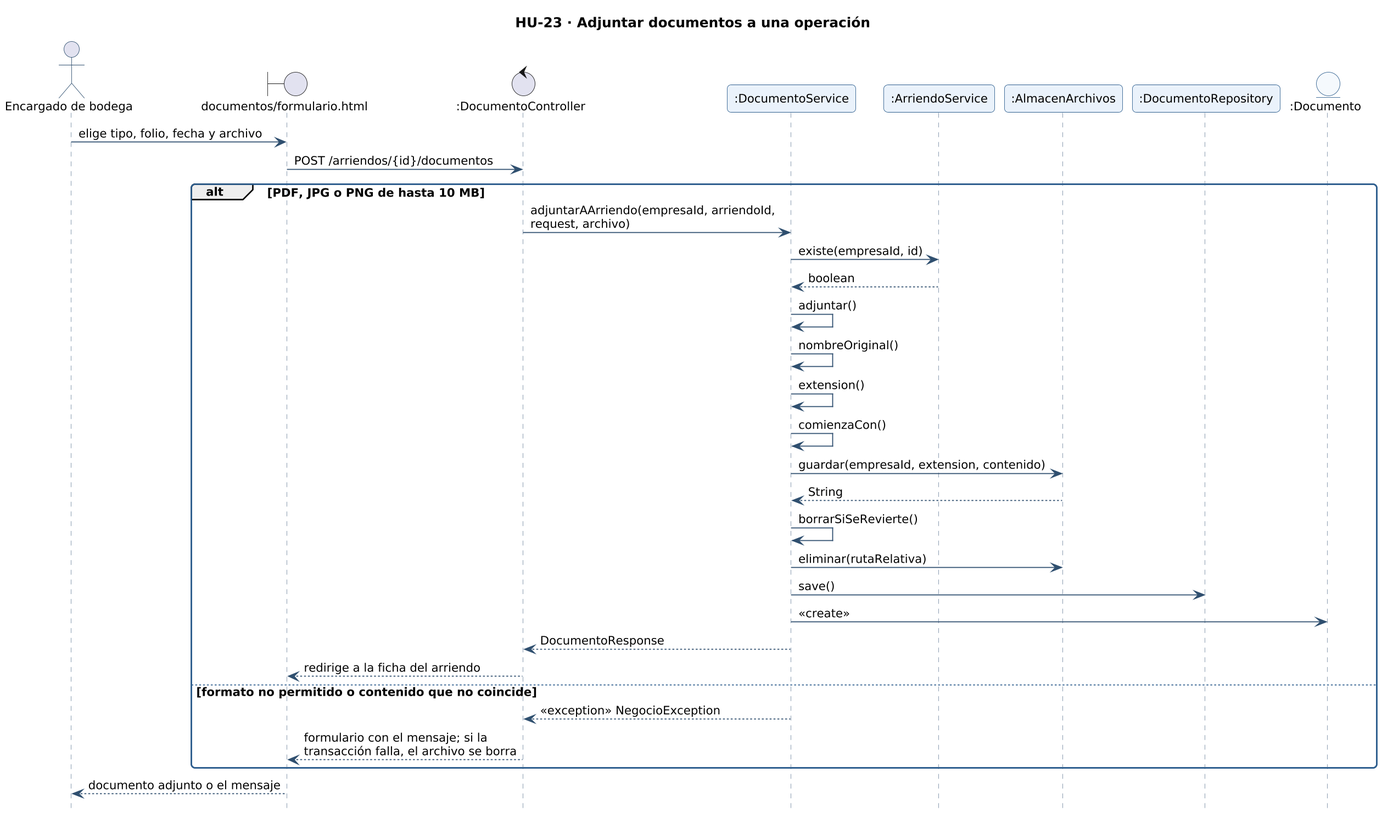
Before: docs/diagramas/secuencia-hu-23.png, a diagram exported from PlantUML (gonzaloarenasduoc/Mira). Source of this version:
```plantuml
@startuml secuencia-hu-23
!include _estilo.iuml
hide footbox
skinparam maxMessageSize 260
skinparam sequenceMessageAlign left
title HU-23 · Adjuntar documentos a una operación
actor "Encargado de bodega" as A
boundary "documentos/formulario.html" as L_VISTA_documentos_formulario
control ":DocumentoController" as L_DocumentoController
participant ":DocumentoService" as L_DocumentoService
participant ":ArriendoService" as L_ArriendoService
participant ":AlmacenArchivos" as L_AlmacenArchivos
participant ":DocumentoRepository" as L_DocumentoRepository
entity ":Documento" as L_Documento
A -> L_VISTA_documentos_formulario : elige tipo, folio, fecha y archivo
L_VISTA_documentos_formulario -> L_DocumentoController : POST /arriendos/{id}/documentos
alt PDF, JPG o PNG de hasta 10 MB
L_DocumentoController -> L_DocumentoService : adjuntarAArriendo(empresaId, arriendoId, request, archivo)
L_DocumentoService -> L_ArriendoService : existe(empresaId, id)
L_ArriendoService --> L_DocumentoService : boolean
L_DocumentoService -> L_DocumentoService : adjuntar()
L_DocumentoService -> L_DocumentoService : nombreOriginal()
L_DocumentoService -> L_DocumentoService : extension()
L_DocumentoService -> L_DocumentoService : comienzaCon()
L_DocumentoService -> L_AlmacenArchivos : guardar(empresaId, extension, contenido)
L_AlmacenArchivos --> L_DocumentoService : String
L_DocumentoService -> L_DocumentoService : borrarSiSeRevierte()
L_DocumentoService -> L_AlmacenArchivos : eliminar(rutaRelativa)
L_DocumentoService -> L_DocumentoRepository : save()
L_DocumentoService -> L_Documento : <<create>>
L_DocumentoService --> L_DocumentoController : DocumentoResponse
L_DocumentoController --> L_VISTA_documentos_formulario : redirige a la ficha del arriendo
else formato no permitido o contenido que no coincide
L_DocumentoService --> L_DocumentoController : <<exception>> NegocioException
L_DocumentoController --> L_VISTA_documentos_formulario : formulario con el mensaje; si la transacción falla, el archivo se borra
end
L_VISTA_documentos_formulario --> A : documento adjunto o el mensaje
@enduml
```
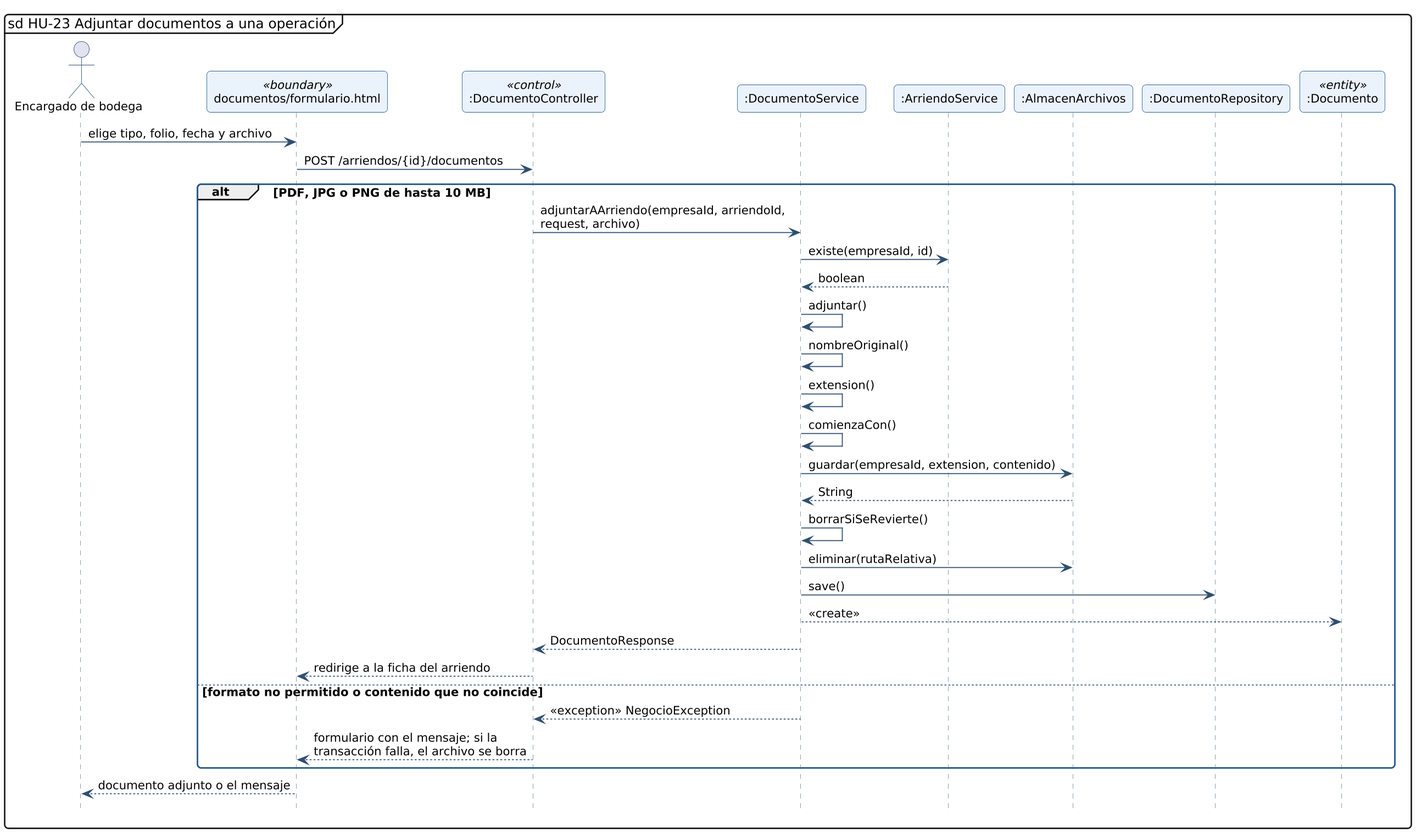
Above is the later version.

What changed in the source:
```diff
@@ -3,15 +3,15 @@
 hide footbox
 skinparam maxMessageSize 260
 skinparam sequenceMessageAlign left
-title HU-23 · Adjuntar documentos a una operación
+mainframe sd HU-23 Adjuntar documentos a una operación
 actor "Encargado de bodega" as A
-boundary "documentos/formulario.html" as L_VISTA_documentos_formulario
-control ":DocumentoController" as L_DocumentoController
+participant "documentos/formulario.html" as L_VISTA_documentos_formulario <<boundary>>
+participant ":DocumentoController" as L_DocumentoController <<control>>
 participant ":DocumentoService" as L_DocumentoService
 participant ":ArriendoService" as L_ArriendoService
 participant ":AlmacenArchivos" as L_AlmacenArchivos
 participant ":DocumentoRepository" as L_DocumentoRepository
-entity ":Documento" as L_Documento
+participant ":Documento" as L_Documento <<entity>>
 A -> L_VISTA_documentos_formulario : elige tipo, folio, fecha y archivo
 L_VISTA_documentos_formulario -> L_DocumentoController : POST /arriendos/{id}/documentos
 alt PDF, JPG o PNG de hasta 10 MB
@@ -27,7 +27,7 @@
 L_DocumentoService -> L_DocumentoService : borrarSiSeRevierte()
 L_DocumentoService -> L_AlmacenArchivos : eliminar(rutaRelativa)
 L_DocumentoService -> L_DocumentoRepository : save()
-L_DocumentoService -> L_Documento : <<create>>
+L_DocumentoService --> L_Documento : <<create>>
 L_DocumentoService --> L_DocumentoController : DocumentoResponse
 L_DocumentoController --> L_VISTA_documentos_formulario : redirige a la ficha del arriendo
 else formato no permitido o contenido que no coincide
```
